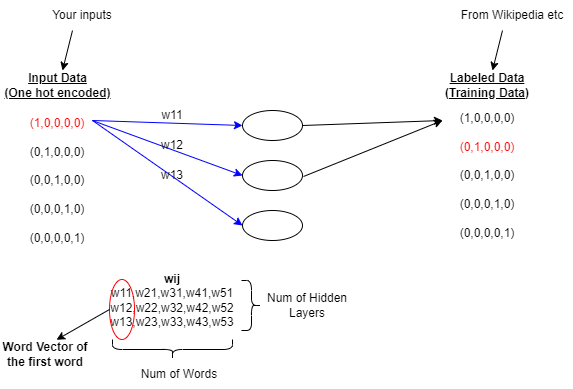
The draw.io diagram MachineLearningOnAWS/Word2vec.drawio.png in developer-onizuka/Diagrams, before a commit. Source tidied: cells renumbered, new cells last; positions are measured from the earlier drawing's top-left corner, leaving out a move shared by most shapes. Source of this version:
```xml
<mxGraphModel>
  <root>
    <mxCell id="0" />
    <mxCell id="1" parent="0" />
    <mxCell id="2" value="&lt;font color=&quot;#ff0000&quot;&gt;(1,0,0,0,0)&lt;br&gt;&lt;/font&gt;&lt;br&gt;(0,1,0,0,0)&lt;br&gt;&lt;br&gt;(0,0,1,0,0)&lt;br&gt;&lt;br&gt;(0,0,0,1,0)&lt;br&gt;&lt;br&gt;(0,0,0,0,1)" style="text;html=1;strokeColor=none;fillColor=none;align=center;verticalAlign=middle;whiteSpace=wrap;rounded=0;" parent="1" vertex="1">
      <mxGeometry x="22" y="90" width="70" height="180" as="geometry" />
    </mxCell>
    <mxCell id="3" style="ellipse;whiteSpace=wrap;html=1;" parent="1" vertex="1">
      <mxGeometry x="242" y="110" width="60" height="30" as="geometry" />
    </mxCell>
    <mxCell id="4" style="ellipse;whiteSpace=wrap;html=1;" parent="1" vertex="1">
      <mxGeometry x="242" y="160" width="60" height="30" as="geometry" />
    </mxCell>
    <mxCell id="5" style="ellipse;whiteSpace=wrap;html=1;" parent="1" vertex="1">
      <mxGeometry x="242" y="210" width="60" height="30" as="geometry" />
    </mxCell>
    <mxCell id="6" value="(1,0,0,0,0)&lt;br&gt;&lt;br&gt;&lt;font color=&quot;#ff0000&quot;&gt;(0,1,0,0,0)&lt;br&gt;&lt;/font&gt;&lt;br&gt;(0,0,1,0,0)&lt;br&gt;&lt;br&gt;(0,0,0,1,0)&lt;br&gt;&lt;br&gt;(0,0,0,0,1)" style="text;html=1;strokeColor=none;fillColor=none;align=center;verticalAlign=middle;whiteSpace=wrap;rounded=0;" parent="1" vertex="1">
      <mxGeometry x="452" y="85" width="70" height="180" as="geometry" />
    </mxCell>
    <mxCell id="7" value="&lt;b&gt;&lt;u&gt;Input Data&lt;br&gt;(One hot encoded)&lt;br&gt;&lt;/u&gt;&lt;/b&gt;" style="text;html=1;strokeColor=none;fillColor=none;align=center;verticalAlign=middle;whiteSpace=wrap;rounded=0;" parent="1" vertex="1">
      <mxGeometry x="-0.5" y="70" width="115" height="30" as="geometry" />
    </mxCell>
    <mxCell id="8" value="&lt;b&gt;&lt;u&gt;Labeled Data&lt;br&gt;(Training Data)&lt;br&gt;&lt;/u&gt;&lt;/b&gt;" style="text;html=1;strokeColor=none;fillColor=none;align=center;verticalAlign=middle;whiteSpace=wrap;rounded=0;" parent="1" vertex="1">
      <mxGeometry x="437" y="70" width="100" height="30" as="geometry" />
    </mxCell>
    <mxCell id="9" style="endArrow=classic;html=1;rounded=0;entryX=0;entryY=0.5;entryDx=0;entryDy=0;strokeColor=#0000FF;" parent="1" edge="1" target="3">
      <mxGeometry relative="1" as="geometry">
        <mxPoint x="92" y="120" as="sourcePoint" />
      </mxGeometry>
    </mxCell>
    <mxCell id="10" style="endArrow=classic;html=1;rounded=0;entryX=0;entryY=0.5;entryDx=0;entryDy=0;exitX=1;exitY=0.167;exitDx=0;exitDy=0;exitPerimeter=0;strokeColor=#0000FF;" parent="1" edge="1" source="2" target="4">
      <mxGeometry relative="1" as="geometry" />
    </mxCell>
    <mxCell id="11" style="endArrow=classic;html=1;rounded=0;entryX=0;entryY=0.5;entryDx=0;entryDy=0;strokeColor=#0000FF;" parent="1" edge="1" target="5">
      <mxGeometry relative="1" as="geometry">
        <mxPoint x="92" y="120" as="sourcePoint" />
      </mxGeometry>
    </mxCell>
    <mxCell id="12" value="w11" style="text;html=1;strokeColor=none;fillColor=none;align=center;verticalAlign=middle;whiteSpace=wrap;rounded=0;" parent="1" vertex="1">
      <mxGeometry x="142" y="100" width="60" height="30" as="geometry" />
    </mxCell>
    <mxCell id="13" value="w12" style="text;html=1;strokeColor=none;fillColor=none;align=center;verticalAlign=middle;whiteSpace=wrap;rounded=0;" parent="1" vertex="1">
      <mxGeometry x="142" y="130" width="60" height="30" as="geometry" />
    </mxCell>
    <mxCell id="14" value="w13" style="text;html=1;strokeColor=none;fillColor=none;align=center;verticalAlign=middle;whiteSpace=wrap;rounded=0;" parent="1" vertex="1">
      <mxGeometry x="142" y="160" width="60" height="30" as="geometry" />
    </mxCell>
    <mxCell id="15" style="endArrow=classic;html=1;rounded=0;exitX=1;exitY=0.5;exitDx=0;exitDy=0;" parent="1" edge="1" source="3">
      <mxGeometry relative="1" as="geometry">
        <mxPoint x="442" y="120" as="targetPoint" />
      </mxGeometry>
    </mxCell>
    <mxCell id="16" style="endArrow=classic;html=1;rounded=0;exitX=1;exitY=0.5;exitDx=0;exitDy=0;" parent="1" edge="1">
      <mxGeometry relative="1" as="geometry">
        <mxPoint x="303" y="176" as="sourcePoint" />
        <mxPoint x="442" y="120" as="targetPoint" />
      </mxGeometry>
    </mxCell>
    <mxCell id="17" value="&lt;b&gt;wij&lt;br&gt;&lt;/b&gt;w11,w21,w31,w41,w51&lt;br&gt;w12,w22,w32,w42,w52&lt;br&gt;w13,w23,w33,w43,w53" style="text;html=1;strokeColor=none;fillColor=none;align=center;verticalAlign=middle;whiteSpace=wrap;rounded=0;" parent="1" vertex="1">
      <mxGeometry x="52" y="270" width="240" height="60" as="geometry" />
    </mxCell>
    <mxCell id="18" style="shape=curlyBracket;whiteSpace=wrap;html=1;rounded=1;flipH=1;labelPosition=right;verticalLabelPosition=middle;align=left;verticalAlign=middle;" parent="1" vertex="1">
      <mxGeometry x="241" y="280" width="20" height="50" as="geometry" />
    </mxCell>
    <mxCell id="19" value="Num of Words" style="text;html=1;strokeColor=none;fillColor=none;align=center;verticalAlign=middle;whiteSpace=wrap;rounded=0;" parent="1" vertex="1">
      <mxGeometry x="134" y="359" width="90" height="30" as="geometry" />
    </mxCell>
    <mxCell id="20" value="Num of Hidden Layers" style="text;html=1;strokeColor=none;fillColor=none;align=center;verticalAlign=middle;whiteSpace=wrap;rounded=0;" parent="1" vertex="1">
      <mxGeometry x="262" y="290" width="90" height="30" as="geometry" />
    </mxCell>
    <mxCell id="21" style="ellipse;whiteSpace=wrap;html=1;fillColor=none;strokeColor=#FF0000;" parent="1" vertex="1">
      <mxGeometry x="109" y="279" width="25" height="60" as="geometry" />
    </mxCell>
    <mxCell id="22" value="&lt;b&gt;Word Vector of the first word&lt;/b&gt;" style="text;html=1;strokeColor=none;fillColor=none;align=center;verticalAlign=middle;whiteSpace=wrap;rounded=0;" parent="1" vertex="1">
      <mxGeometry x="-0.5" y="339" width="90" height="30" as="geometry" />
    </mxCell>
    <mxCell id="23" style="endArrow=classic;html=1;rounded=0;" parent="1" edge="1">
      <mxGeometry relative="1" as="geometry">
        <mxPoint x="502" y="30" as="sourcePoint" />
        <mxPoint x="492" y="70" as="targetPoint" />
      </mxGeometry>
    </mxCell>
    <mxCell id="24" value="From Wikipedia etc" style="text;html=1;strokeColor=none;fillColor=none;align=center;verticalAlign=middle;whiteSpace=wrap;rounded=0;" parent="1" vertex="1">
      <mxGeometry x="452" width="120" height="30" as="geometry" />
    </mxCell>
    <mxCell id="25" value="Your inputs" style="text;html=1;strokeColor=none;fillColor=none;align=center;verticalAlign=middle;whiteSpace=wrap;rounded=0;" parent="1" vertex="1">
      <mxGeometry x="22" width="120" height="30" as="geometry" />
    </mxCell>
    <mxCell id="26" style="endArrow=classic;html=1;rounded=0;" parent="1" edge="1">
      <mxGeometry relative="1" as="geometry">
        <mxPoint x="72" y="30" as="sourcePoint" />
        <mxPoint x="62" y="70" as="targetPoint" />
      </mxGeometry>
    </mxCell>
    <mxCell id="27" style="shape=curlyBracket;whiteSpace=wrap;html=1;rounded=1;flipH=1;labelPosition=right;verticalLabelPosition=middle;align=left;verticalAlign=middle;direction=north;" parent="1" vertex="1">
      <mxGeometry x="112" y="339" width="120" height="20" as="geometry" />
    </mxCell>
    <mxCell id="28" style="endArrow=classic;html=1;rounded=0;entryX=0.628;entryY=0.009;entryDx=0;entryDy=0;entryPerimeter=0;exitX=0;exitY=0.5;exitDx=0;exitDy=0;" parent="1" edge="1" source="21" target="22">
      <mxGeometry relative="1" as="geometry" />
    </mxCell>
  </root>
</mxGraphModel>
```
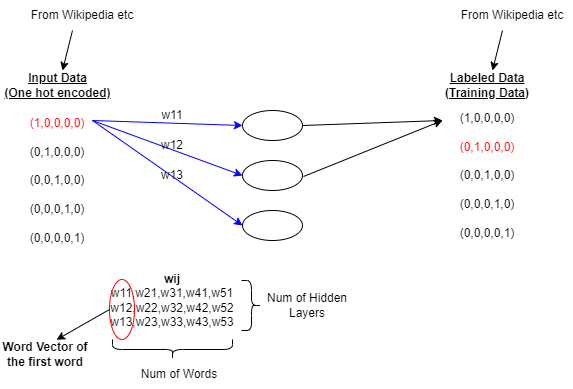
After the commit.

What changed in the source:
```diff
@@ -83,7 +83,7 @@
     <mxCell id="24" value="From Wikipedia etc" style="text;html=1;strokeColor=none;fillColor=none;align=center;verticalAlign=middle;whiteSpace=wrap;rounded=0;" parent="1" vertex="1">
       <mxGeometry x="452" width="120" height="30" as="geometry" />
     </mxCell>
-    <mxCell id="25" value="Your inputs" style="text;html=1;strokeColor=none;fillColor=none;align=center;verticalAlign=middle;whiteSpace=wrap;rounded=0;" parent="1" vertex="1">
+    <mxCell id="25" value="From Wikipedia etc" style="text;html=1;strokeColor=none;fillColor=none;align=center;verticalAlign=middle;whiteSpace=wrap;rounded=0;" parent="1" vertex="1">
       <mxGeometry x="22" width="120" height="30" as="geometry" />
     </mxCell>
     <mxCell id="26" style="endArrow=classic;html=1;rounded=0;" parent="1" edge="1">
```
